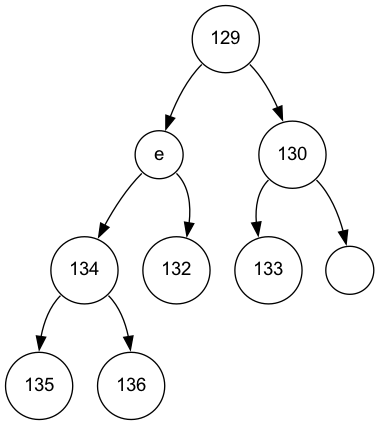
Procuste34/codage_huffman_c keeps this Graphviz diagram as fichiers_viz/minimier_etape_9.png. Above is the earlier version. Its source is kept beside it as fichiers_viz/minimier_etape_9.dot.
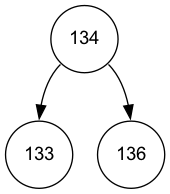
The same file after the commit.

The edit, as a diff of the source:
```diff
@@ -1,20 +1,8 @@
 digraph POT_test {
 node [fontname="Arial", shape="circle", width=0.5];
-129 [label = "129"]
-129:sw -> 101
-129:se -> 130
-101 [label = "e"]
-101:sw -> 134
-101:se -> 132
 134 [label = "134"]
-134:sw -> 135
+134:sw -> 133
 134:se -> 136
-135 [label = "135"]
+133 [label = "133"]
 136 [label = "136"]
-132 [label = "132"]
-130 [label = "130"]
-130:sw -> 133
-130:se -> 32
-133 [label = "133"]
-32 [label = " "]
 }
```
